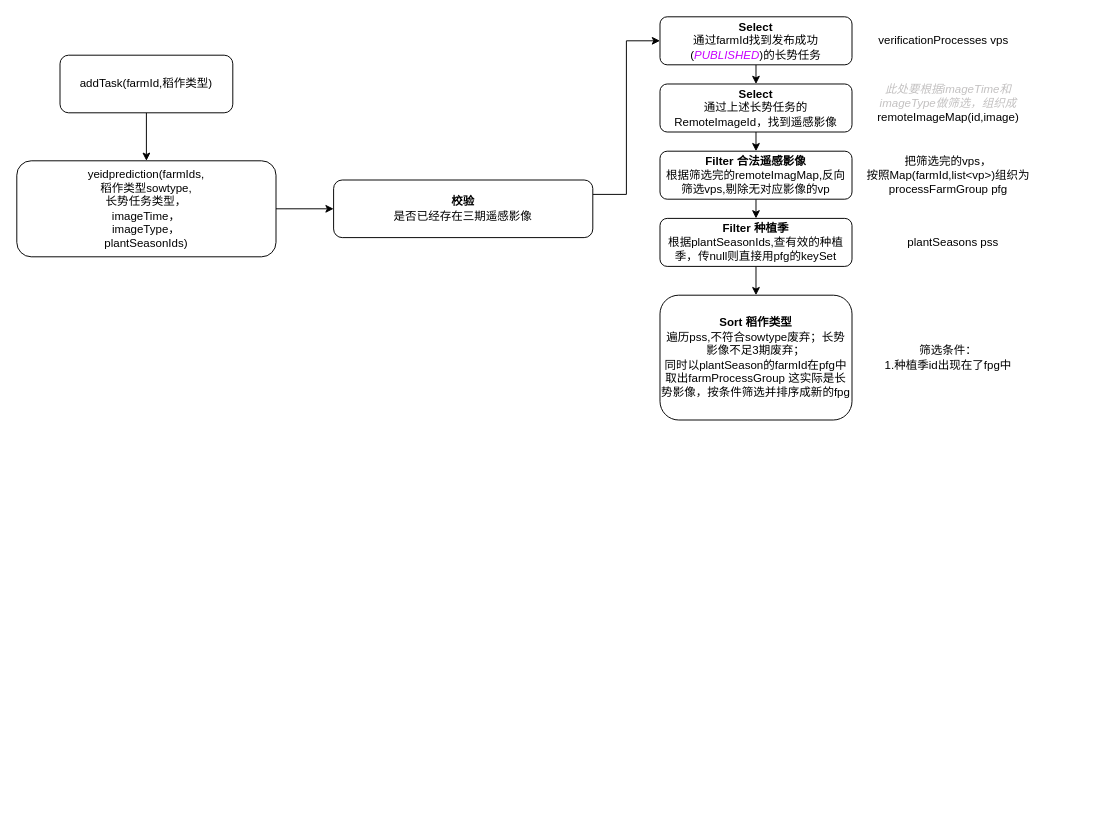
This is 产量预估.drawio from RK-JD/DrawIO, a draw.io file, before an edit. Source tidied: cells renumbered, new cells numbered last; positions are measured from the earlier drawing's top-left corner, leaving out a move shared by most shapes. Both pictures are drawn from the tidied source at 96%, with x=0, y=0 at pixel (16, 16).
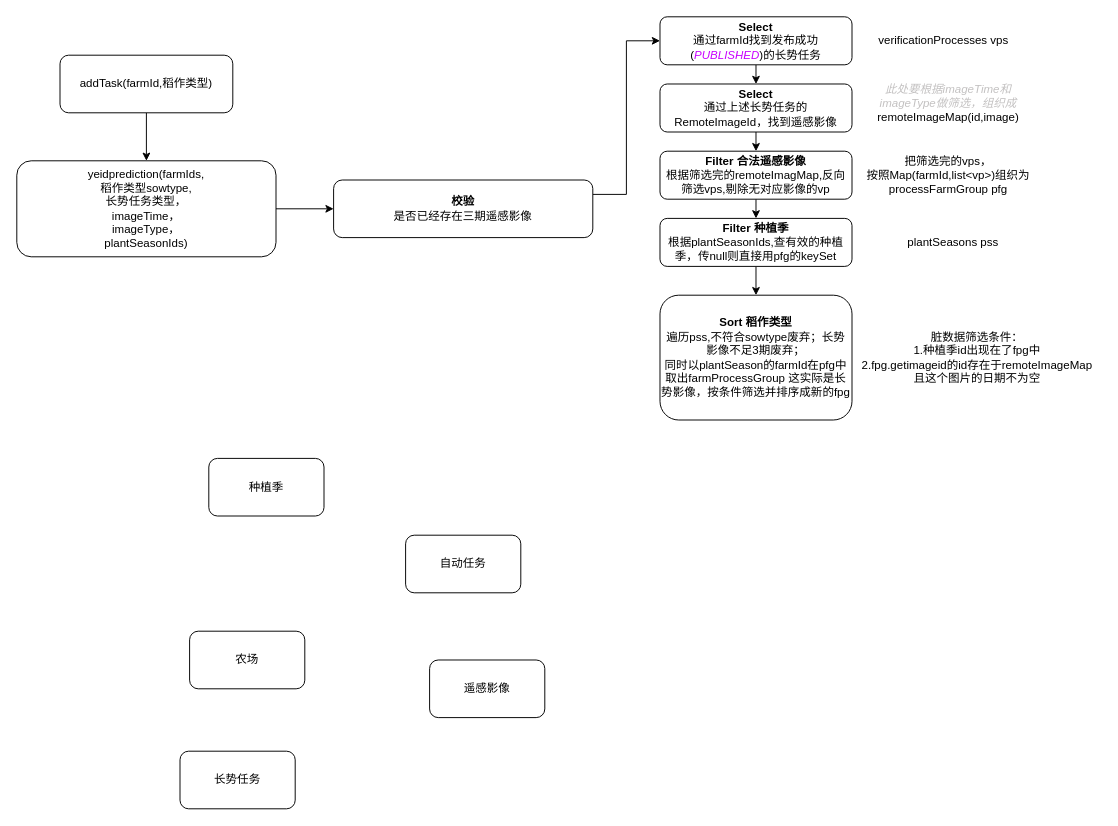
The same diagram, later.

Commit message (it also covers changes not shown here):
更新产量预估.drawio

What changed in the source:
```diff
@@
-    <mxCell id="21" value="筛选条件：&lt;div&gt;1.种植季id出现在了fpg中&lt;/div&gt;" style="text;html=1;align=center;verticalAlign=middle;strokeColor=none;fillColor=none;" parent="1" vertex="1">
-      <mxGeometry x="890" y="335" width="160" height="40" as="geometry" />
+    <mxCell id="21" value="脏数据筛选条件：&lt;div&gt;1.种植季id出现在了fpg中&lt;/div&gt;&lt;div&gt;2.fpg.getimageid的id存在于remoteImageMap&lt;br&gt;且这个图片的日期不为空&lt;/div&gt;" style="text;html=1;align=center;verticalAlign=middle;strokeColor=none;fillColor=none;" parent="1" vertex="1">
+      <mxGeometry x="870" y="320" width="260" height="70" as="geometry" />
     </mxCell>
+    <mxCell id="22" value="种植季" style="rounded=1;whiteSpace=wrap;html=1;" parent="1" vertex="1">
+      <mxGeometry x="200" y="460" width="120" height="60" as="geometry" />
+    </mxCell>
+    <mxCell id="23" value="农场" style="rounded=1;whiteSpace=wrap;html=1;" parent="1" vertex="1">
+      <mxGeometry x="180" y="640" width="120" height="60" as="geometry" />
+    </mxCell>
+    <mxCell id="24" value="长势任务" style="rounded=1;whiteSpace=wrap;html=1;" parent="1" vertex="1">
+      <mxGeometry x="170" y="765" width="120" height="60" as="geometry" />
+    </mxCell>
+    <mxCell id="25" value="遥感影像" style="rounded=1;whiteSpace=wrap;html=1;" parent="1" vertex="1">
+      <mxGeometry x="430" y="670" width="120" height="60" as="geometry" />
+    </mxCell>
+    <mxCell id="26" value="自动任务" style="rounded=1;whiteSpace=wrap;html=1;" parent="1" vertex="1">
+      <mxGeometry x="405" y="540" width="120" height="60" as="geometry" />
+    </mxCell>
```
